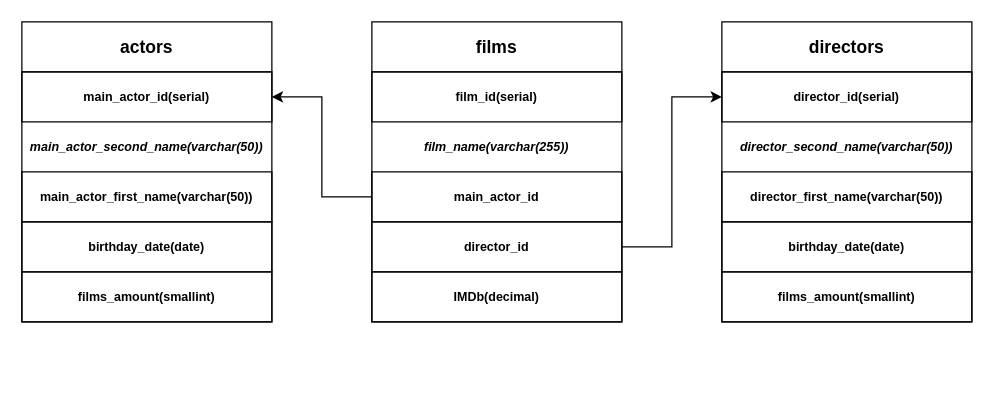
Above: Диаграмма без названия.drawio in IgorEzerskiy/diagrams (draw.io), before the change. Source tidied: cells renumbered, new cells numbered last; positions are measured from the earlier drawing's top-left corner, leaving out a move shared by most shapes. Both pictures are drawn from the tidied source at 125%, with x=0, y=0 at pixel (21, 21).
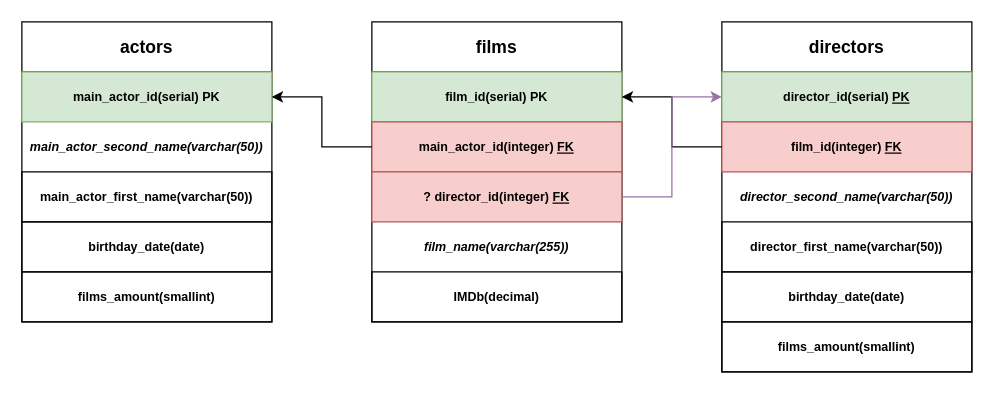
The same diagram, later.

Unchanged cells that the change refers to:
```xml
<mxCell id="2" value="&lt;font style=&quot;font-size: 14px;&quot;&gt;films&lt;/font&gt;" style="swimlane;whiteSpace=wrap;html=1;startSize=40;fontSize=10;fontStyle=1;" parent="1" vertex="1">
  <mxGeometry x="280" width="200" height="240" as="geometry" />
</mxCell>
<mxCell id="14" value="&lt;font style=&quot;font-size: 14px;&quot;&gt;actors&lt;/font&gt;" style="swimlane;whiteSpace=wrap;html=1;startSize=40;fontSize=10;fontStyle=1;" parent="1" vertex="1">
  <mxGeometry width="200" height="240" as="geometry" />
</mxCell>
```

What changed in the source:
```diff
@@
     <mxCell id="3" value="film_name(varchar(255))" style="text;html=1;align=center;verticalAlign=middle;whiteSpace=wrap;rounded=0;fontSize=10;fontStyle=3;" parent="2" vertex="1">
-      <mxGeometry y="80" width="200" height="40" as="geometry" />
+      <mxGeometry y="160" width="200" height="40" as="geometry" />
     </mxCell>
-    <mxCell id="4" value="film_id(serial)" style="text;html=1;align=center;verticalAlign=middle;whiteSpace=wrap;rounded=0;strokeColor=default;fontSize=10;fontStyle=1;" parent="2" vertex="1">
+    <mxCell id="4" value="film_id(serial) PK" style="text;html=1;align=center;verticalAlign=middle;whiteSpace=wrap;rounded=0;strokeColor=#82b366;fontSize=10;fontStyle=1;fillColor=#d5e8d4;" parent="2" vertex="1">
       <mxGeometry y="40" width="200" height="40" as="geometry" />
     </mxCell>
-    <mxCell id="5" value="main_actor_id" style="text;html=1;align=center;verticalAlign=middle;whiteSpace=wrap;rounded=0;strokeColor=default;fontSize=10;fontStyle=1;" parent="2" vertex="1">
-      <mxGeometry y="120" width="200" height="40" as="geometry" />
-    </mxCell>
@@
+    <mxCell id="22" value="main_actor_id(integer)&amp;nbsp;&lt;u&gt;FK&lt;/u&gt;" style="text;html=1;strokeColor=#b85450;fillColor=#f8cecc;align=center;verticalAlign=middle;whiteSpace=wrap;rounded=0;fontSize=10;fontStyle=1;" parent="2" vertex="1">
+      <mxGeometry y="80" width="200" height="40" as="geometry" />
+    </mxCell>
-    <mxCell id="7" value="director_id" style="text;html=1;align=center;verticalAlign=middle;whiteSpace=wrap;rounded=0;strokeColor=default;fontSize=10;fontStyle=1;" parent="2" vertex="1">
-      <mxGeometry y="160" width="200" height="40" as="geometry" />
+    <mxCell id="7" value="? director_id(integer) &lt;u&gt;FK&lt;/u&gt;" style="text;html=1;align=center;verticalAlign=middle;whiteSpace=wrap;rounded=0;strokeColor=#b85450;fontSize=10;fontStyle=1;fillColor=#f8cecc;" parent="2" vertex="1">
+      <mxGeometry y="120" width="200" height="40" as="geometry" />
     </mxCell>
     <mxCell id="8" value="&lt;font style=&quot;font-size: 14px;&quot;&gt;directors&lt;/font&gt;" style="swimlane;whiteSpace=wrap;html=1;startSize=40;fontSize=10;fontStyle=1;" parent="1" vertex="1">
-      <mxGeometry x="560" width="200" height="240" as="geometry" />
+      <mxGeometry x="560" width="200" height="280" as="geometry" />
     </mxCell>
-    <mxCell id="9" value="director_id(serial)" style="text;html=1;strokeColor=default;fillColor=none;align=center;verticalAlign=middle;whiteSpace=wrap;rounded=0;fontSize=10;fontStyle=1;" parent="8" vertex="1">
+    <mxCell id="9" value="director_id(serial) &lt;u&gt;PK&lt;/u&gt;" style="text;html=1;strokeColor=#82b366;fillColor=#d5e8d4;align=center;verticalAlign=middle;whiteSpace=wrap;rounded=0;fontSize=10;fontStyle=1;" parent="8" vertex="1">
       <mxGeometry y="40" width="200" height="40" as="geometry" />
     </mxCell>
     <mxCell id="10" value="director_first_name(varchar(50))" style="text;html=1;strokeColor=default;fillColor=none;align=center;verticalAlign=middle;whiteSpace=wrap;rounded=0;fontSize=10;fontStyle=1;" parent="8" vertex="1">
-      <mxGeometry y="120" width="200" height="40" as="geometry" />
+      <mxGeometry y="160" width="200" height="40" as="geometry" />
     </mxCell>
-    <mxCell id="11" value="director_second_name(varchar(50))" style="text;html=1;align=center;verticalAlign=middle;whiteSpace=wrap;rounded=0;fontSize=10;fontStyle=3;" parent="8" vertex="1">
-      <mxGeometry y="80" width="200" height="40" as="geometry" />
-    </mxCell>
     <mxCell id="12" value="birthday_date(date)" style="text;html=1;strokeColor=default;fillColor=none;align=center;verticalAlign=middle;whiteSpace=wrap;rounded=0;fontSize=10;fontStyle=1;" parent="8" vertex="1">
-      <mxGeometry y="160" width="200" height="40" as="geometry" />
+      <mxGeometry y="200" width="200" height="40" as="geometry" />
     </mxCell>
     <mxCell id="13" value="films_amount(smallint)" style="text;html=1;strokeColor=default;fillColor=none;align=center;verticalAlign=middle;whiteSpace=wrap;rounded=0;fontSize=10;fontStyle=1;" parent="8" vertex="1">
-      <mxGeometry y="200" width="200" height="40" as="geometry" />
+      <mxGeometry y="240" width="200" height="40" as="geometry" />
     </mxCell>
+    <mxCell id="23" value="film_id(integer)&amp;nbsp;&lt;u&gt;FK&lt;/u&gt;" style="text;html=1;strokeColor=#b85450;fillColor=#f8cecc;align=center;verticalAlign=middle;whiteSpace=wrap;rounded=0;fontSize=10;fontStyle=1;" parent="8" vertex="1">
+      <mxGeometry y="80" width="200" height="40" as="geometry" />
+    </mxCell>
+    <mxCell id="11" value="director_second_name(varchar(50))" style="text;html=1;align=center;verticalAlign=middle;whiteSpace=wrap;rounded=0;fontSize=10;fontStyle=3;" parent="8" vertex="1">
+      <mxGeometry y="120" width="200" height="40" as="geometry" />
+    </mxCell>
@@
-    <mxCell id="15" value="main_actor_id(serial)" style="text;html=1;strokeColor=default;fillColor=none;align=center;verticalAlign=middle;whiteSpace=wrap;rounded=0;fontSize=10;fontStyle=1;" parent="14" vertex="1">
+    <mxCell id="15" value="main_actor_id(serial) PK" style="text;html=1;strokeColor=#82b366;fillColor=#d5e8d4;align=center;verticalAlign=middle;whiteSpace=wrap;rounded=0;fontSize=10;fontStyle=1;" parent="14" vertex="1">
       <mxGeometry y="40" width="200" height="40" as="geometry" />
     </mxCell>
@@
-    <mxCell id="20" style="edgeStyle=orthogonalEdgeStyle;rounded=0;jettySize=auto;html=1;entryX=1;entryY=0.5;entryDx=0;entryDy=0;fontSize=14;" parent="1" edge="1" source="5" target="15">
-      <mxGeometry relative="1" as="geometry" />
-    </mxCell>
+    <mxCell id="24" style="edgeStyle=orthogonalEdgeStyle;rounded=0;jettySize=auto;html=1;exitX=0;exitY=0.5;exitDx=0;exitDy=0;entryX=1;entryY=0.5;entryDx=0;entryDy=0;" parent="1" edge="1" source="22" target="15">
+      <mxGeometry relative="1" as="geometry" />
+    </mxCell>
+    <mxCell id="25" style="edgeStyle=orthogonalEdgeStyle;rounded=0;jettySize=auto;html=1;exitX=0;exitY=0.5;exitDx=0;exitDy=0;entryX=1;entryY=0.5;entryDx=0;entryDy=0;" parent="1" edge="1" source="23" target="4">
+      <mxGeometry relative="1" as="geometry" />
+    </mxCell>
-    <mxCell id="21" style="edgeStyle=orthogonalEdgeStyle;rounded=0;jettySize=auto;html=1;entryX=0;entryY=0.5;entryDx=0;entryDy=0;fontSize=14;" parent="1" edge="1" source="7" target="9">
+    <mxCell id="21" style="edgeStyle=orthogonalEdgeStyle;rounded=0;jettySize=auto;html=1;entryX=0;entryY=0.5;entryDx=0;entryDy=0;fillColor=#e1d5e7;strokeColor=#9673a6;" parent="1" edge="1" source="7" target="9">
       <mxGeometry relative="1" as="geometry" />
     </mxCell>
```
